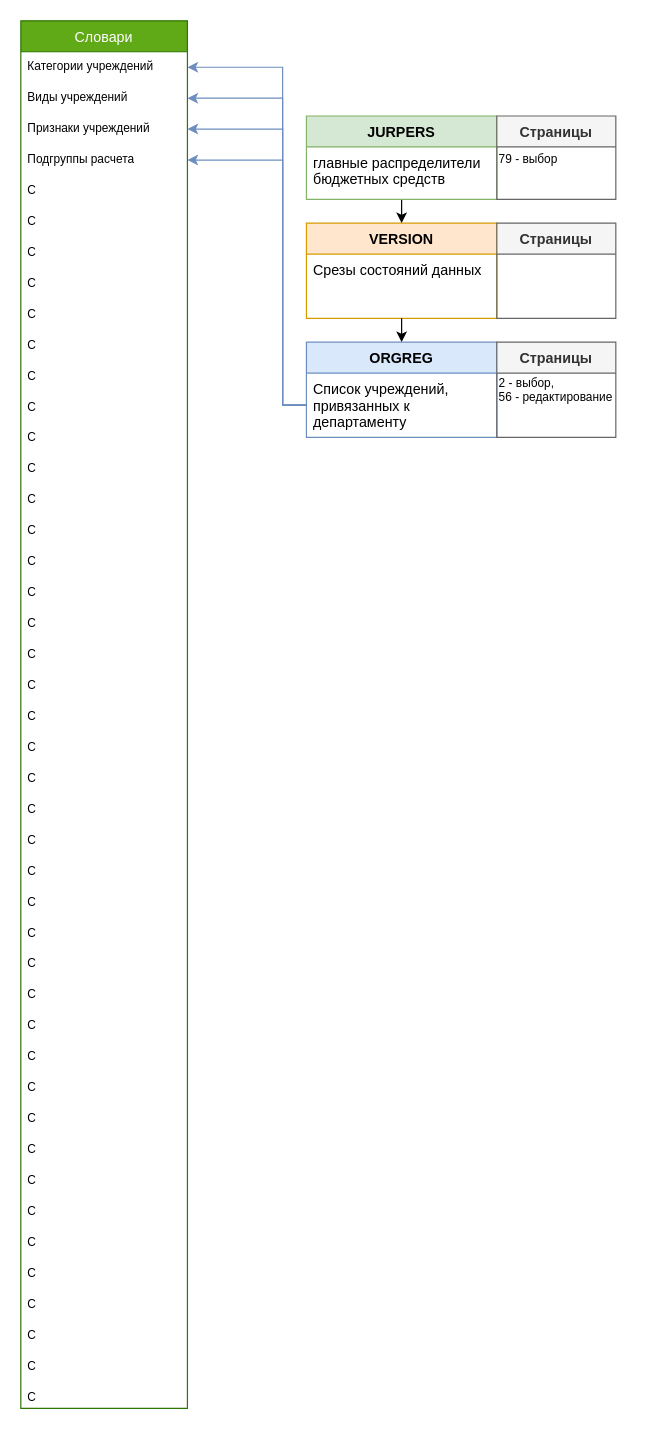
The draw.io diagram page "Затраты(-)" (2 of 2) of Untitled Diagram.drawio in VasuaLun/ff, before the edit. Source tidied: cells renumbered, new cells numbered last; positions are measured from the earlier drawing's top-left corner, leaving out a move shared by most shapes. Both pictures are drawn from the tidied source at 119%, with x=0, y=0 at pixel (20, 20).
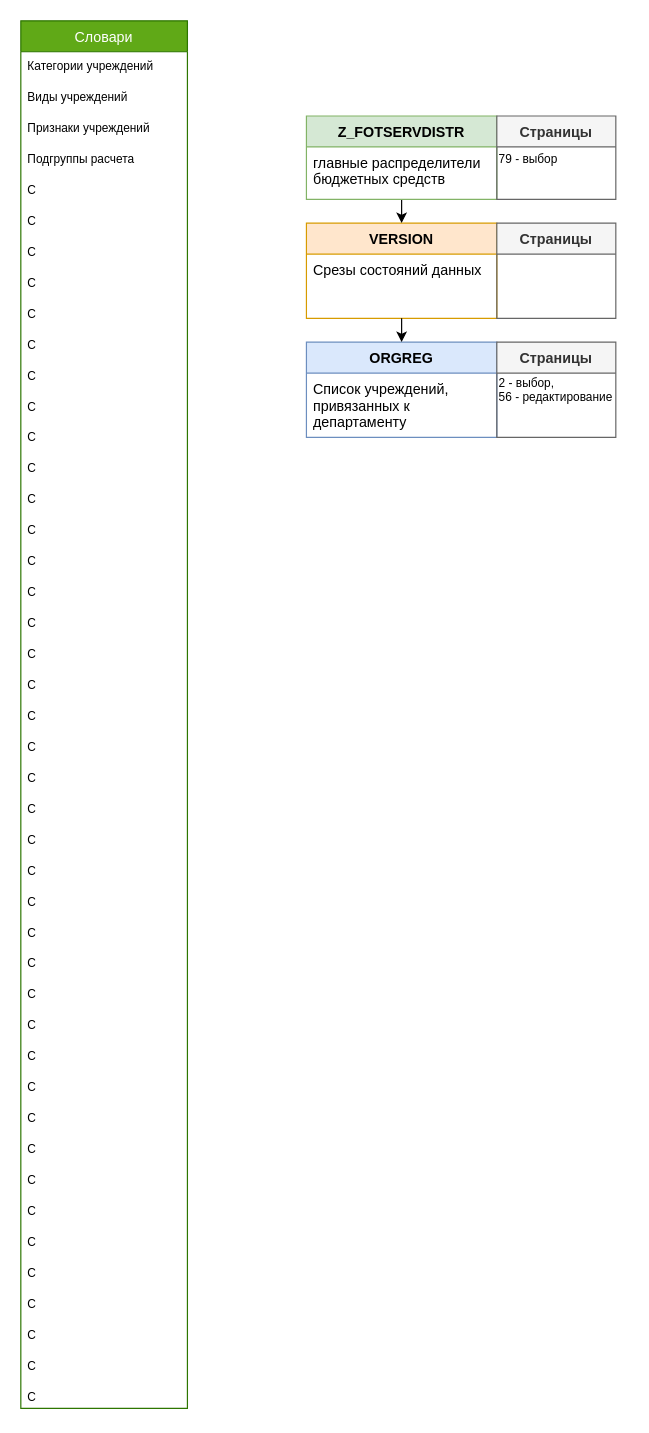
After the change.

Unchanged cells that the change refers to:
```xml
<mxCell id="4" value="Список учреждений, &#10;привязанных к &#10;департаменту" style="text;strokeColor=none;fillColor=none;align=left;verticalAlign=top;spacingLeft=4;spacingRight=4;overflow=hidden;points=[[0,0.5],[1,0.5]];portConstraint=eastwest;" parent="3" vertex="1">
  <mxGeometry y="26" width="160" height="54" as="geometry" />
</mxCell>
<mxCell id="13" style="group;" parent="12" vertex="1">
  <mxGeometry width="260" height="70" as="geometry" />
</mxCell>
<mxCell id="20" value="Категории учреждений" style="text;strokeColor=none;fillColor=none;align=left;verticalAlign=top;spacingLeft=4;spacingRight=4;overflow=hidden;points=[[0,0.5],[1,0.5]];portConstraint=eastwest;fontSize=10;" parent="19" vertex="1">
  <mxGeometry y="26" width="140" height="26" as="geometry" />
</mxCell>
<mxCell id="21" value="Виды учреждений" style="text;strokeColor=none;fillColor=none;align=left;verticalAlign=top;spacingLeft=4;spacingRight=4;overflow=hidden;points=[[0,0.5],[1,0.5]];portConstraint=eastwest;fontSize=10;" parent="19" vertex="1">
  <mxGeometry y="52" width="140" height="26" as="geometry" />
</mxCell>
<mxCell id="22" value="Признаки учреждений" style="text;strokeColor=none;fillColor=none;align=left;verticalAlign=top;spacingLeft=4;spacingRight=4;overflow=hidden;points=[[0,0.5],[1,0.5]];portConstraint=eastwest;fontSize=10;" parent="19" vertex="1">
  <mxGeometry y="78" width="140" height="26" as="geometry" />
</mxCell>
<mxCell id="23" value="Подгруппы расчета" style="text;strokeColor=none;fillColor=none;align=left;verticalAlign=top;spacingLeft=4;spacingRight=4;overflow=hidden;points=[[0,0.5],[1,0.5]];portConstraint=eastwest;fontSize=10;" parent="19" vertex="1">
  <mxGeometry y="104" width="140" height="26" as="geometry" />
</mxCell>
```

The edit, as a diff of the source:
```diff
@@
-    <mxCell id="14" value="JURPERS" style="swimlane;fontStyle=1;align=center;verticalAlign=top;horizontal=1;startSize=26;fillColor=#d5e8d4;strokeColor=#82b366;" parent="13" vertex="1">
+    <mxCell id="14" value="Z_FOTSERVDISTR" style="swimlane;fontStyle=1;align=center;verticalAlign=top;horizontal=1;startSize=26;fillColor=#d5e8d4;strokeColor=#82b366;" parent="13" vertex="1">
       <mxGeometry width="160" height="70" as="geometry" />
     </mxCell>
@@
-    <mxCell id="64" style="edgeStyle=orthogonalEdgeStyle;rounded=0;jettySize=auto;html=1;entryX=1;entryY=0.5;entryDx=0;entryDy=0;fontSize=10;fillColor=#dae8fc;strokeColor=#6c8ebf;" parent="1" edge="1" source="4" target="23">
-      <mxGeometry relative="1" as="geometry">
-        <Array as="points">
-          <mxPoint x="220" y="323" />
-          <mxPoint x="220" y="117" />
-        </Array>
-      </mxGeometry>
-    </mxCell>
-    <mxCell id="65" style="edgeStyle=orthogonalEdgeStyle;rounded=0;jettySize=auto;html=1;entryX=1;entryY=0.5;entryDx=0;entryDy=0;fontSize=10;fillColor=#dae8fc;strokeColor=#6c8ebf;" parent="1" edge="1" source="4" target="22">
-      <mxGeometry relative="1" as="geometry">
-        <Array as="points">
-          <mxPoint x="220" y="323" />
-          <mxPoint x="220" y="91" />
-        </Array>
-      </mxGeometry>
-    </mxCell>
-    <mxCell id="66" style="edgeStyle=orthogonalEdgeStyle;rounded=0;jettySize=auto;html=1;entryX=1;entryY=0.5;entryDx=0;entryDy=0;fontSize=10;fillColor=#dae8fc;strokeColor=#6c8ebf;" parent="1" edge="1" source="4" target="21">
-      <mxGeometry relative="1" as="geometry">
-        <Array as="points">
-          <mxPoint x="220" y="323" />
-          <mxPoint x="220" y="65" />
-        </Array>
-      </mxGeometry>
-    </mxCell>
-    <mxCell id="67" style="edgeStyle=orthogonalEdgeStyle;rounded=0;jettySize=auto;html=1;entryX=1;entryY=0.5;entryDx=0;entryDy=0;fontSize=10;fillColor=#dae8fc;strokeColor=#6c8ebf;exitX=0;exitY=0.5;exitDx=0;exitDy=0;" parent="1" edge="1" source="4" target="20">
-      <mxGeometry relative="1" as="geometry">
-        <Array as="points">
-          <mxPoint x="220" y="323" />
-          <mxPoint x="220" y="39" />
-        </Array>
-      </mxGeometry>
-    </mxCell>
```
